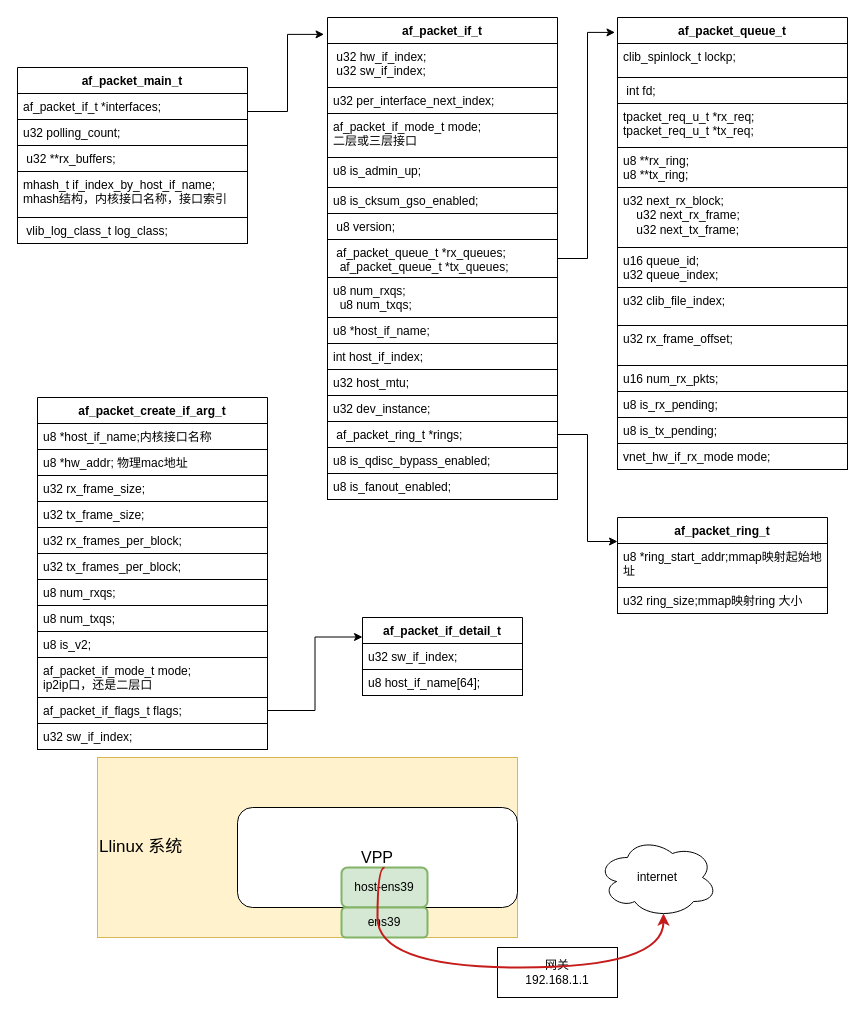
This is new_map/AF_PACKET.drawio from jin13417/dpdk-vpp-learning, a draw.io file, before an edit. Source tidied: cells renumbered, new cells numbered last; positions are measured from the earlier drawing's top-left corner, leaving out a move shared by most shapes. Both pictures are drawn from the tidied source at 100%, with x=0, y=0 at pixel (17, 17).
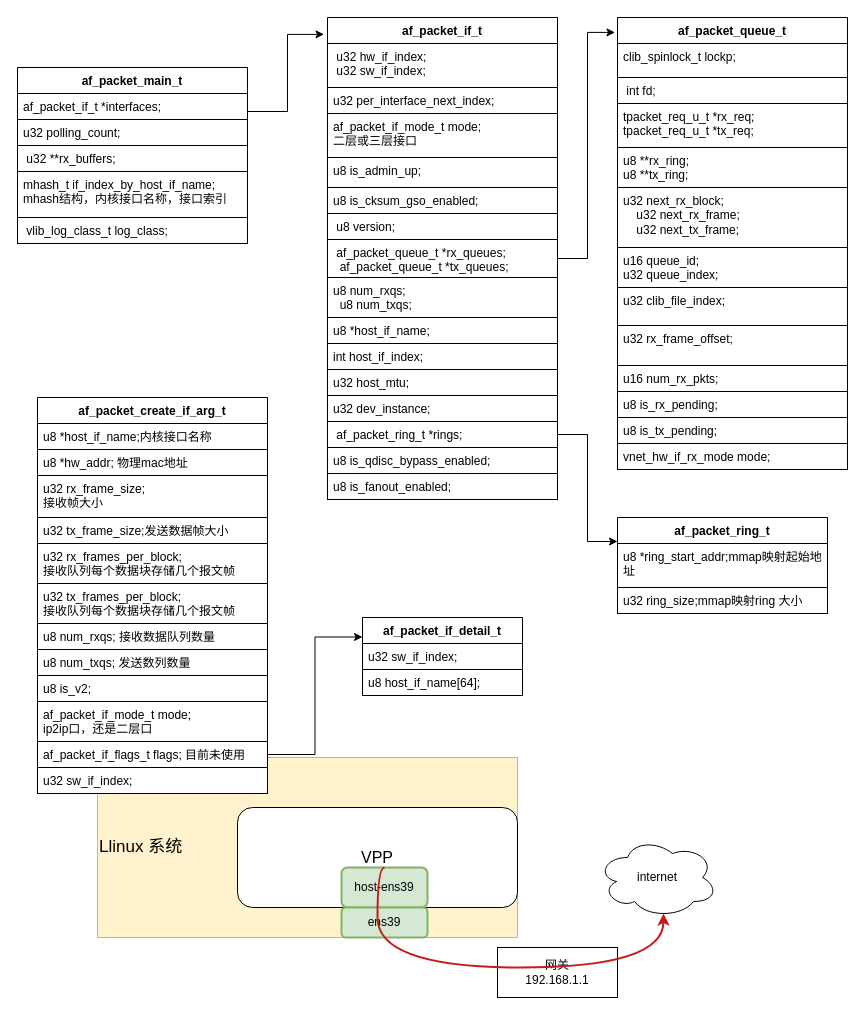
The same diagram, later.

Change to the diagram source:
```diff
@@
     <mxCell id="53" value="af_packet_create_if_arg_t" style="swimlane;fontStyle=1;align=center;verticalAlign=top;horizontal=1;startSize=26;whiteSpace=wrap;html=1;" parent="1" vertex="1">
-      <mxGeometry x="20" y="380" width="230" height="352" as="geometry" />
+      <mxGeometry x="20" y="380" width="230" height="396" as="geometry" />
     </mxCell>
@@
-    <mxCell id="56" value="u32 rx_frame_size;" style="text;strokeColor=default;fillColor=default;align=left;verticalAlign=top;spacingLeft=4;spacingRight=4;overflow=hidden;whiteSpace=wrap;html=1;" parent="53" vertex="1">
-      <mxGeometry y="78" width="230" height="26" as="geometry" />
+    <mxCell id="56" value="u32 rx_frame_size;&lt;br&gt;接收帧大小" style="text;strokeColor=default;fillColor=default;align=left;verticalAlign=top;spacingLeft=4;spacingRight=4;overflow=hidden;whiteSpace=wrap;html=1;" parent="53" vertex="1">
+      <mxGeometry y="78" width="230" height="42" as="geometry" />
     </mxCell>
-    <mxCell id="57" value="u32 tx_frame_size;" style="text;strokeColor=default;fillColor=default;align=left;verticalAlign=top;spacingLeft=4;spacingRight=4;overflow=hidden;whiteSpace=wrap;html=1;" parent="53" vertex="1">
-      <mxGeometry y="104" width="230" height="26" as="geometry" />
+    <mxCell id="57" value="u32 tx_frame_size;发送数据帧大小" style="text;strokeColor=default;fillColor=default;align=left;verticalAlign=top;spacingLeft=4;spacingRight=4;overflow=hidden;whiteSpace=wrap;html=1;" parent="53" vertex="1">
+      <mxGeometry y="120" width="230" height="26" as="geometry" />
     </mxCell>
-    <mxCell id="58" value="u32 rx_frames_per_block;" style="text;strokeColor=default;fillColor=default;align=left;verticalAlign=top;spacingLeft=4;spacingRight=4;overflow=hidden;whiteSpace=wrap;html=1;" parent="53" vertex="1">
-      <mxGeometry y="130" width="230" height="26" as="geometry" />
+    <mxCell id="58" value="u32 rx_frames_per_block;&amp;nbsp;&lt;br&gt;接收队列每个数据块存储几个报文帧" style="text;strokeColor=default;fillColor=default;align=left;verticalAlign=top;spacingLeft=4;spacingRight=4;overflow=hidden;whiteSpace=wrap;html=1;" parent="53" vertex="1">
+      <mxGeometry y="146" width="230" height="40" as="geometry" />
     </mxCell>
-    <mxCell id="59" value="u32 tx_frames_per_block;" style="text;strokeColor=default;fillColor=default;align=left;verticalAlign=top;spacingLeft=4;spacingRight=4;overflow=hidden;whiteSpace=wrap;html=1;" parent="53" vertex="1">
-      <mxGeometry y="156" width="230" height="26" as="geometry" />
+    <mxCell id="59" value="u32 tx_frames_per_block;&lt;br&gt;接收队列每个数据块存储几个报文帧" style="text;strokeColor=default;fillColor=default;align=left;verticalAlign=top;spacingLeft=4;spacingRight=4;overflow=hidden;whiteSpace=wrap;html=1;" parent="53" vertex="1">
+      <mxGeometry y="186" width="230" height="40" as="geometry" />
     </mxCell>
-    <mxCell id="60" value="u8 num_rxqs;" style="text;strokeColor=default;fillColor=default;align=left;verticalAlign=top;spacingLeft=4;spacingRight=4;overflow=hidden;whiteSpace=wrap;html=1;" parent="53" vertex="1">
-      <mxGeometry y="182" width="230" height="26" as="geometry" />
+    <mxCell id="60" value="u8 num_rxqs; 接收数据队列数量" style="text;strokeColor=default;fillColor=default;align=left;verticalAlign=top;spacingLeft=4;spacingRight=4;overflow=hidden;whiteSpace=wrap;html=1;" parent="53" vertex="1">
+      <mxGeometry y="226" width="230" height="26" as="geometry" />
     </mxCell>
-    <mxCell id="61" value="u8 num_txqs;" style="text;strokeColor=default;fillColor=default;align=left;verticalAlign=top;spacingLeft=4;spacingRight=4;overflow=hidden;whiteSpace=wrap;html=1;" parent="53" vertex="1">
-      <mxGeometry y="208" width="230" height="26" as="geometry" />
+    <mxCell id="61" value="u8 num_txqs; 发送数列数量" style="text;strokeColor=default;fillColor=default;align=left;verticalAlign=top;spacingLeft=4;spacingRight=4;overflow=hidden;whiteSpace=wrap;html=1;" parent="53" vertex="1">
+      <mxGeometry y="252" width="230" height="26" as="geometry" />
     </mxCell>
     <mxCell id="62" value="u8 is_v2;" style="text;strokeColor=default;fillColor=default;align=left;verticalAlign=top;spacingLeft=4;spacingRight=4;overflow=hidden;whiteSpace=wrap;html=1;" parent="53" vertex="1">
-      <mxGeometry y="234" width="230" height="26" as="geometry" />
+      <mxGeometry y="278" width="230" height="26" as="geometry" />
     </mxCell>
     <mxCell id="63" value="af_packet_if_mode_t mode;&lt;br&gt;ip2ip口，还是二层口" style="text;strokeColor=default;fillColor=default;align=left;verticalAlign=top;spacingLeft=4;spacingRight=4;overflow=hidden;whiteSpace=wrap;html=1;" parent="53" vertex="1">
-      <mxGeometry y="260" width="230" height="40" as="geometry" />
+      <mxGeometry y="304" width="230" height="40" as="geometry" />
     </mxCell>
-    <mxCell id="64" value="af_packet_if_flags_t flags;" style="text;strokeColor=default;fillColor=default;align=left;verticalAlign=top;spacingLeft=4;spacingRight=4;overflow=hidden;points=[[0,0.5],[1,0.5]];portConstraint=eastwest;whiteSpace=wrap;html=1;" parent="53" vertex="1">
-      <mxGeometry y="300" width="230" height="26" as="geometry" />
+    <mxCell id="64" value="af_packet_if_flags_t flags; 目前未使用" style="text;strokeColor=default;fillColor=default;align=left;verticalAlign=top;spacingLeft=4;spacingRight=4;overflow=hidden;points=[[0,0.5],[1,0.5]];portConstraint=eastwest;whiteSpace=wrap;html=1;" parent="53" vertex="1">
+      <mxGeometry y="344" width="230" height="26" as="geometry" />
     </mxCell>
     <mxCell id="65" value="u32 sw_if_index;" style="text;strokeColor=default;fillColor=default;align=left;verticalAlign=top;spacingLeft=4;spacingRight=4;overflow=hidden;whiteSpace=wrap;html=1;" parent="53" vertex="1">
-      <mxGeometry y="326" width="230" height="26" as="geometry" />
+      <mxGeometry y="370" width="230" height="26" as="geometry" />
     </mxCell>
```
